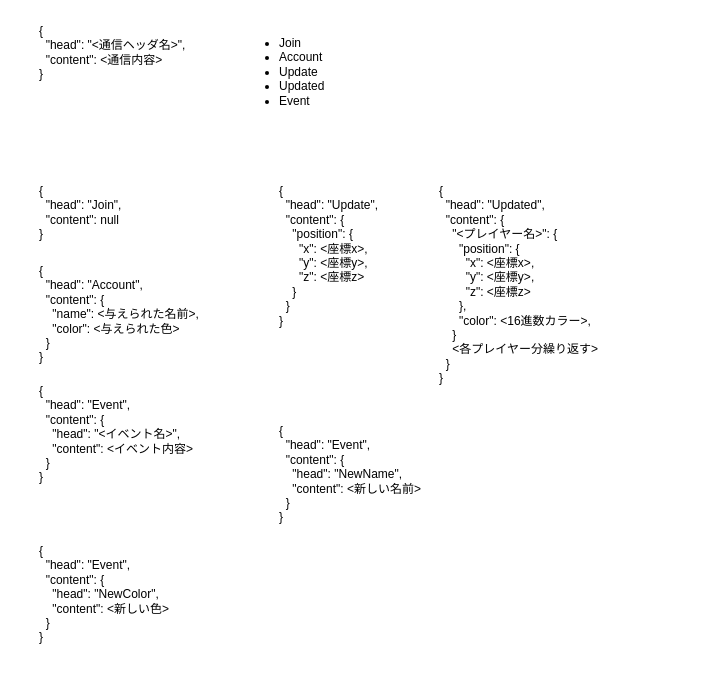
Earlier version of the draw.io diagram page "通信Json" (14 of 14) of Doc/仕様設計.drawio (3doriTea/VRTea). Source tidied: cells renumbered, new cells numbered last; positions are measured from the earlier drawing's top-left corner, leaving out a move shared by most shapes. Both pictures are drawn from the tidied source at 100%, with x=0, y=0 at pixel (37, 17).
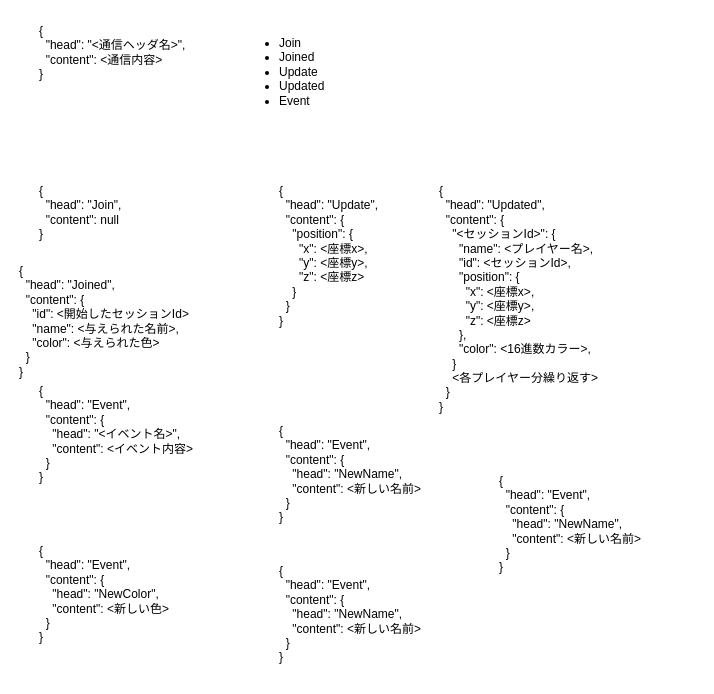
The same page after the edit.

Commit message:
仕様設計.drawio を更新

The edit, as a diff of the source:
```diff
@@
 <mxGraphModel>
   <root>
     <mxCell id="0" />
     <mxCell id="1" parent="0" />
     <mxCell id="2" value="{&lt;div&gt;&amp;nbsp; &quot;head&quot;: &quot;&amp;lt;通信ヘッダ名&amp;gt;&quot;,&lt;/div&gt;&lt;div&gt;&amp;nbsp; &quot;content&quot;: &amp;lt;通信内容&amp;gt;&lt;br&gt;&lt;div&gt;}&lt;/div&gt;&lt;/div&gt;" style="text;html=1;whiteSpace=wrap;strokeColor=none;fillColor=none;align=left;verticalAlign=top;rounded=0;fontFamily=Cascadia Code;" parent="1" vertex="1">
       <mxGeometry width="200" height="80" as="geometry" />
     </mxCell>
-    <mxCell id="3" value="&lt;ul&gt;&lt;li&gt;Join&lt;/li&gt;&lt;li&gt;Account&lt;/li&gt;&lt;li&gt;Update&lt;/li&gt;&lt;li&gt;Updated&lt;/li&gt;&lt;li&gt;Event&lt;/li&gt;&lt;/ul&gt;" style="text;html=1;whiteSpace=wrap;strokeColor=none;fillColor=none;align=left;verticalAlign=top;rounded=0;" parent="1" vertex="1">
+    <mxCell id="3" value="&lt;ul&gt;&lt;li&gt;Join&lt;/li&gt;&lt;li&gt;Joined&lt;/li&gt;&lt;li&gt;Update&lt;/li&gt;&lt;li&gt;Updated&lt;/li&gt;&lt;li&gt;Event&lt;/li&gt;&lt;/ul&gt;" style="text;html=1;whiteSpace=wrap;strokeColor=none;fillColor=none;align=left;verticalAlign=top;rounded=0;" parent="1" vertex="1">
       <mxGeometry x="200" width="160" height="200" as="geometry" />
     </mxCell>
     <mxCell id="4" value="{&lt;div&gt;&amp;nbsp; &quot;head&quot;: &quot;Join&quot;,&lt;/div&gt;&lt;div&gt;&amp;nbsp; &quot;content&quot;: null&lt;br&gt;&lt;div&gt;}&lt;/div&gt;&lt;/div&gt;" style="text;html=1;whiteSpace=wrap;strokeColor=none;fillColor=none;align=left;verticalAlign=top;rounded=0;fontFamily=Cascadia Code;" parent="1" vertex="1">
       <mxGeometry y="160" width="200" height="80" as="geometry" />
     </mxCell>
-    <mxCell id="5" value="{&lt;div&gt;&amp;nbsp; &quot;head&quot;: &quot;Account&quot;,&lt;/div&gt;&lt;div&gt;&amp;nbsp; &quot;content&quot;: {&lt;/div&gt;&lt;div&gt;&amp;nbsp; &amp;nbsp; &quot;name&quot;: &amp;lt;与えられた名前&amp;gt;,&lt;/div&gt;&lt;div&gt;&amp;nbsp; &amp;nbsp; &quot;color&quot;: &amp;lt;与えられた色&amp;gt;&lt;/div&gt;&lt;div&gt;&amp;nbsp; }&lt;br&gt;&lt;div&gt;}&lt;/div&gt;&lt;/div&gt;" style="text;html=1;whiteSpace=wrap;strokeColor=none;fillColor=none;align=left;verticalAlign=top;rounded=0;fontFamily=Cascadia Code;" parent="1" vertex="1">
-      <mxGeometry y="240" width="200" height="120" as="geometry" />
+    <mxCell id="5" value="{&lt;div&gt;&amp;nbsp; &quot;head&quot;: &quot;Joined&quot;,&lt;/div&gt;&lt;div&gt;&amp;nbsp; &quot;content&quot;: {&lt;/div&gt;&lt;div&gt;&amp;nbsp; &amp;nbsp; &quot;id&quot;: &amp;lt;開始したセッションId&amp;gt;&lt;/div&gt;&lt;div&gt;&amp;nbsp; &amp;nbsp; &quot;name&quot;: &amp;lt;与えられた名前&amp;gt;,&lt;/div&gt;&lt;div&gt;&amp;nbsp; &amp;nbsp; &quot;color&quot;: &amp;lt;与えられた色&amp;gt;&lt;/div&gt;&lt;div&gt;&amp;nbsp; }&lt;br&gt;&lt;div&gt;}&lt;/div&gt;&lt;/div&gt;" style="text;html=1;whiteSpace=wrap;strokeColor=none;fillColor=none;align=left;verticalAlign=top;rounded=0;fontFamily=Cascadia Code;" parent="1" vertex="1">
+      <mxGeometry x="-20" y="240" width="220" height="120" as="geometry" />
     </mxCell>
     <mxCell id="6" value="{&lt;div&gt;&amp;nbsp; &quot;head&quot;: &quot;Update&quot;,&lt;/div&gt;&lt;div&gt;&amp;nbsp; &quot;content&quot;: {&lt;/div&gt;&lt;div&gt;&amp;nbsp; &amp;nbsp; &quot;position&quot;: {&lt;/div&gt;&lt;div&gt;&amp;nbsp; &amp;nbsp; &amp;nbsp; &quot;x&quot;: &amp;lt;座標x&amp;gt;,&lt;/div&gt;&lt;div&gt;&lt;div&gt;&amp;nbsp; &amp;nbsp; &amp;nbsp; &quot;y&quot;: &amp;lt;座標y&amp;gt;,&lt;/div&gt;&lt;div&gt;&lt;div&gt;&amp;nbsp; &amp;nbsp; &amp;nbsp; &quot;z&quot;: &amp;lt;座標z&amp;gt;&lt;/div&gt;&lt;/div&gt;&lt;/div&gt;&lt;div&gt;&amp;nbsp; &amp;nbsp; }&lt;/div&gt;&lt;div&gt;&amp;nbsp; }&lt;br&gt;&lt;div&gt;}&lt;/div&gt;&lt;/div&gt;" style="text;html=1;whiteSpace=wrap;strokeColor=none;fillColor=none;align=left;verticalAlign=top;rounded=0;fontFamily=Cascadia Code;" parent="1" vertex="1">
       <mxGeometry x="240" y="160" width="160" height="160" as="geometry" />
     </mxCell>
-    <mxCell id="7" value="{&lt;div&gt;&amp;nbsp; &quot;head&quot;: &quot;Updated&quot;,&lt;/div&gt;&lt;div&gt;&amp;nbsp; &quot;content&quot;: {&lt;/div&gt;&lt;div&gt;&amp;nbsp; &amp;nbsp; &quot;&amp;lt;プレイヤー名&amp;gt;&quot;: {&lt;/div&gt;&lt;div&gt;&amp;nbsp; &amp;nbsp; &amp;nbsp; &quot;position&quot;: {&lt;/div&gt;&lt;div&gt;&amp;nbsp; &amp;nbsp; &amp;nbsp; &amp;nbsp; &quot;x&quot;: &amp;lt;座標x&amp;gt;,&lt;/div&gt;&lt;div&gt;&lt;div&gt;&amp;nbsp; &amp;nbsp; &amp;nbsp; &amp;nbsp; &quot;y&quot;: &amp;lt;座標y&amp;gt;,&lt;/div&gt;&lt;div&gt;&lt;div&gt;&amp;nbsp; &amp;nbsp; &amp;nbsp; &amp;nbsp; &quot;z&quot;: &amp;lt;座標z&amp;gt;&lt;/div&gt;&lt;/div&gt;&lt;/div&gt;&lt;div&gt;&amp;nbsp; &amp;nbsp; &amp;nbsp; },&lt;/div&gt;&lt;div&gt;&amp;nbsp; &amp;nbsp; &amp;nbsp; &quot;color&quot;: &amp;lt;16進数カラー&amp;gt;&lt;span style=&quot;background-color: transparent; color: light-dark(rgb(0, 0, 0), rgb(255, 255, 255));&quot;&gt;,&lt;/span&gt;&lt;/div&gt;&lt;div&gt;&amp;nbsp; &amp;nbsp; }&lt;/div&gt;&lt;div&gt;&amp;nbsp; &amp;nbsp; &amp;lt;各プレイヤー分繰り返す&amp;gt;&lt;/div&gt;&lt;div&gt;&amp;nbsp; }&lt;br&gt;&lt;div&gt;}&lt;/div&gt;&lt;/div&gt;" style="text;html=1;whiteSpace=wrap;strokeColor=none;fillColor=none;align=left;verticalAlign=top;rounded=0;fontFamily=Cascadia Code;" parent="1" vertex="1">
+    <mxCell id="7" value="{&lt;div&gt;&amp;nbsp; &quot;head&quot;: &quot;Updated&quot;,&lt;/div&gt;&lt;div&gt;&amp;nbsp; &quot;content&quot;: {&lt;/div&gt;&lt;div&gt;&amp;nbsp; &amp;nbsp; &quot;&amp;lt;セッションId&amp;gt;&quot;: {&lt;/div&gt;&lt;div&gt;&amp;nbsp; &amp;nbsp; &amp;nbsp; &quot;name&quot;: &amp;lt;プレイヤー名&amp;gt;,&lt;/div&gt;&lt;div&gt;&amp;nbsp; &amp;nbsp; &amp;nbsp; &quot;id&quot;: &amp;lt;セッションId&amp;gt;,&lt;/div&gt;&lt;div&gt;&amp;nbsp; &amp;nbsp; &amp;nbsp; &quot;position&quot;: {&lt;/div&gt;&lt;div&gt;&amp;nbsp; &amp;nbsp; &amp;nbsp; &amp;nbsp; &quot;x&quot;: &amp;lt;座標x&amp;gt;,&lt;/div&gt;&lt;div&gt;&lt;div&gt;&amp;nbsp; &amp;nbsp; &amp;nbsp; &amp;nbsp; &quot;y&quot;: &amp;lt;座標y&amp;gt;,&lt;/div&gt;&lt;div&gt;&lt;div&gt;&amp;nbsp; &amp;nbsp; &amp;nbsp; &amp;nbsp; &quot;z&quot;: &amp;lt;座標z&amp;gt;&lt;/div&gt;&lt;/div&gt;&lt;/div&gt;&lt;div&gt;&amp;nbsp; &amp;nbsp; &amp;nbsp; },&lt;/div&gt;&lt;div&gt;&amp;nbsp; &amp;nbsp; &amp;nbsp; &quot;color&quot;: &amp;lt;16進数カラー&amp;gt;&lt;span style=&quot;background-color: transparent; color: light-dark(rgb(0, 0, 0), rgb(255, 255, 255));&quot;&gt;,&lt;/span&gt;&lt;/div&gt;&lt;div&gt;&amp;nbsp; &amp;nbsp; }&lt;/div&gt;&lt;div&gt;&amp;nbsp; &amp;nbsp; &amp;lt;各プレイヤー分繰り返す&amp;gt;&lt;/div&gt;&lt;div&gt;&amp;nbsp; }&lt;br&gt;&lt;div&gt;}&lt;/div&gt;&lt;/div&gt;" style="text;html=1;whiteSpace=wrap;strokeColor=none;fillColor=none;align=left;verticalAlign=top;rounded=0;fontFamily=Cascadia Code;" parent="1" vertex="1">
       <mxGeometry x="400" y="160" width="240" height="240" as="geometry" />
     </mxCell>
     <mxCell id="8" value="{&lt;div&gt;&amp;nbsp; &quot;head&quot;: &quot;Event&quot;,&lt;/div&gt;&lt;div&gt;&amp;nbsp; &quot;content&quot;: {&lt;/div&gt;&lt;div&gt;&amp;nbsp; &amp;nbsp; &quot;head&quot;: &quot;&amp;lt;イベント名&amp;gt;&quot;,&lt;/div&gt;&lt;div&gt;&amp;nbsp; &amp;nbsp; &quot;content&quot;: &amp;lt;イベント内容&amp;gt;&lt;/div&gt;&lt;div&gt;&lt;span style=&quot;background-color: transparent; color: light-dark(rgb(0, 0, 0), rgb(255, 255, 255));&quot;&gt;&amp;nbsp; }&lt;/span&gt;&lt;/div&gt;&lt;div&gt;&lt;div&gt;}&lt;/div&gt;&lt;/div&gt;" style="text;html=1;whiteSpace=wrap;strokeColor=none;fillColor=none;align=left;verticalAlign=top;rounded=0;fontFamily=Cascadia Code;" parent="1" vertex="1">
       <mxGeometry y="360" width="200" height="160" as="geometry" />
     </mxCell>
     <mxCell id="9" value="{&lt;div&gt;&amp;nbsp; &quot;head&quot;: &quot;Event&quot;,&lt;/div&gt;&lt;div&gt;&amp;nbsp; &quot;content&quot;: {&lt;/div&gt;&lt;div&gt;&amp;nbsp; &amp;nbsp; &quot;head&quot;: &quot;NewName&quot;,&lt;/div&gt;&lt;div&gt;&amp;nbsp; &amp;nbsp; &quot;content&quot;: &amp;lt;新しい名前&amp;gt;&lt;/div&gt;&lt;div&gt;&lt;span style=&quot;background-color: transparent; color: light-dark(rgb(0, 0, 0), rgb(255, 255, 255));&quot;&gt;&amp;nbsp; }&lt;/span&gt;&lt;/div&gt;&lt;div&gt;&lt;div&gt;}&lt;/div&gt;&lt;/div&gt;" style="text;html=1;whiteSpace=wrap;strokeColor=none;fillColor=none;align=left;verticalAlign=top;rounded=0;fontFamily=Cascadia Code;" parent="1" vertex="1">
       <mxGeometry x="240" y="400" width="200" height="120" as="geometry" />
     </mxCell>
     <mxCell id="10" value="{&lt;div&gt;&amp;nbsp; &quot;head&quot;: &quot;Event&quot;,&lt;/div&gt;&lt;div&gt;&amp;nbsp; &quot;content&quot;: {&lt;/div&gt;&lt;div&gt;&amp;nbsp; &amp;nbsp; &quot;head&quot;: &quot;NewColor&quot;,&lt;/div&gt;&lt;div&gt;&amp;nbsp; &amp;nbsp; &quot;content&quot;: &amp;lt;新しい色&amp;gt;&lt;/div&gt;&lt;div&gt;&lt;span style=&quot;background-color: transparent; color: light-dark(rgb(0, 0, 0), rgb(255, 255, 255));&quot;&gt;&amp;nbsp; }&lt;/span&gt;&lt;/div&gt;&lt;div&gt;&lt;div&gt;}&lt;/div&gt;&lt;/div&gt;" style="text;html=1;whiteSpace=wrap;strokeColor=none;fillColor=none;align=left;verticalAlign=top;rounded=0;fontFamily=Cascadia Code;" parent="1" vertex="1">
       <mxGeometry y="520" width="200" height="120" as="geometry" />
     </mxCell>
+    <mxCell id="11" value="{&lt;div&gt;&amp;nbsp; &quot;head&quot;: &quot;Event&quot;,&lt;/div&gt;&lt;div&gt;&amp;nbsp; &quot;content&quot;: {&lt;/div&gt;&lt;div&gt;&amp;nbsp; &amp;nbsp; &quot;head&quot;: &quot;NewName&quot;,&lt;/div&gt;&lt;div&gt;&amp;nbsp; &amp;nbsp; &quot;content&quot;: &amp;lt;新しい名前&amp;gt;&lt;/div&gt;&lt;div&gt;&lt;span style=&quot;background-color: transparent; color: light-dark(rgb(0, 0, 0), rgb(255, 255, 255));&quot;&gt;&amp;nbsp; }&lt;/span&gt;&lt;/div&gt;&lt;div&gt;&lt;div&gt;}&lt;/div&gt;&lt;/div&gt;" style="text;html=1;whiteSpace=wrap;strokeColor=none;fillColor=none;align=left;verticalAlign=top;rounded=0;fontFamily=Cascadia Code;" parent="1" vertex="1">
+      <mxGeometry x="240" y="540" width="200" height="120" as="geometry" />
+    </mxCell>
+    <mxCell id="12" value="{&lt;div&gt;&amp;nbsp; &quot;head&quot;: &quot;Event&quot;,&lt;/div&gt;&lt;div&gt;&amp;nbsp; &quot;content&quot;: {&lt;/div&gt;&lt;div&gt;&amp;nbsp; &amp;nbsp; &quot;head&quot;: &quot;NewName&quot;,&lt;/div&gt;&lt;div&gt;&amp;nbsp; &amp;nbsp; &quot;content&quot;: &amp;lt;新しい名前&amp;gt;&lt;/div&gt;&lt;div&gt;&lt;span style=&quot;background-color: transparent; color: light-dark(rgb(0, 0, 0), rgb(255, 255, 255));&quot;&gt;&amp;nbsp; }&lt;/span&gt;&lt;/div&gt;&lt;div&gt;&lt;div&gt;}&lt;/div&gt;&lt;/div&gt;" style="text;html=1;whiteSpace=wrap;strokeColor=none;fillColor=none;align=left;verticalAlign=top;rounded=0;fontFamily=Cascadia Code;" parent="1" vertex="1">
+      <mxGeometry x="460" y="450" width="200" height="120" as="geometry" />
+    </mxCell>
   </root>
 </mxGraphModel>
```
